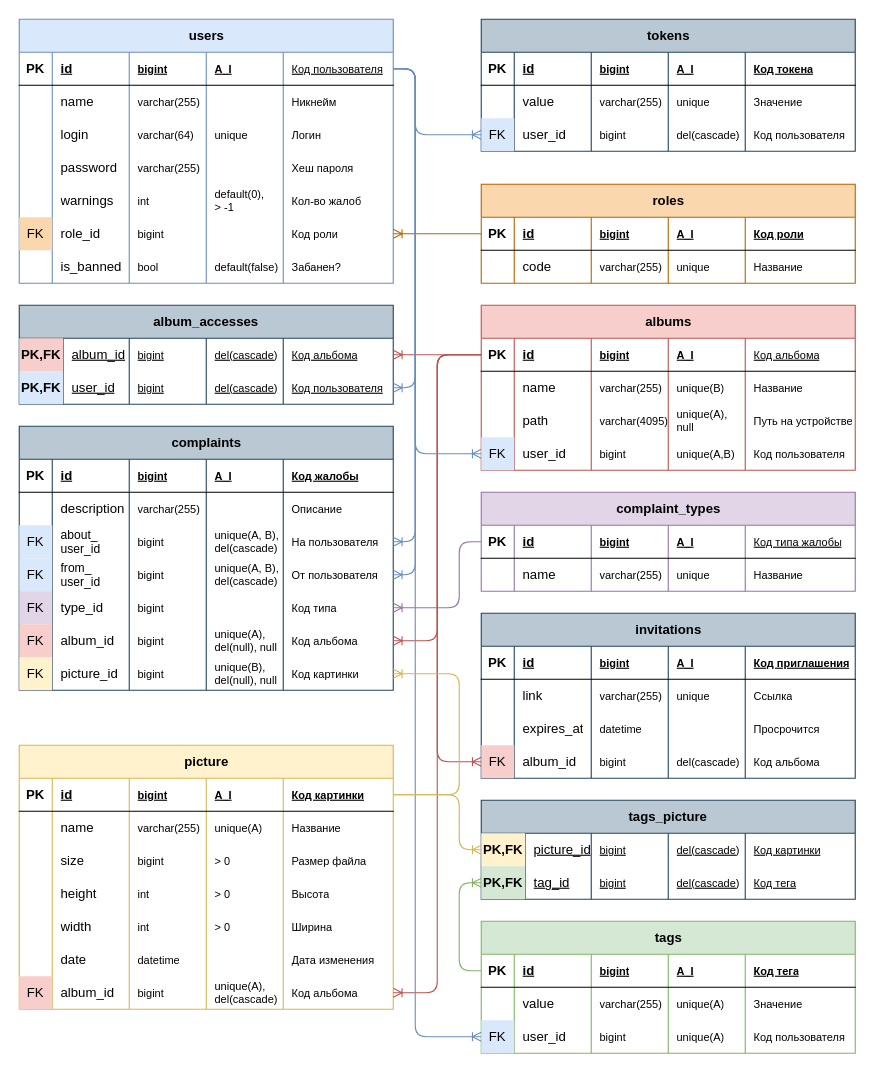
The draw.io diagram page "Физич" (3 of 4) of docs/Модели БД.drawio in savayaqu/course-project-4, before the edit. Source tidied: cells renumbered, new cells numbered last; positions are measured from the earlier drawing's top-left corner, leaving out a move shared by most shapes. Both pictures are drawn from the tidied source at 110%, with x=0, y=0 at pixel (19, 19).
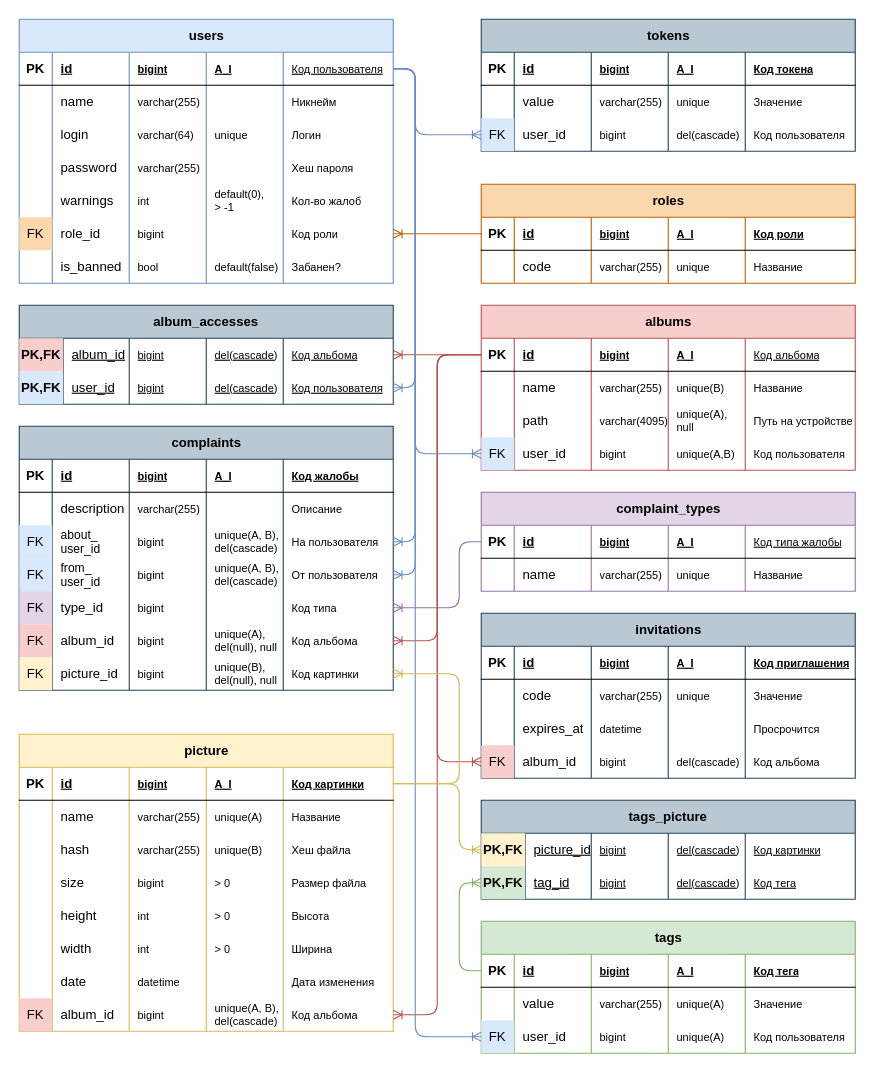
Above is the later version.

The change refers to these unchanged cells:
```xml
<mxCell id="97" style="shape=tableRow;horizontal=0;startSize=0;swimlaneHead=0;swimlaneBody=0;fillColor=none;points=[[0,0.5],[1,0.5]];portConstraint=eastwest;top=0;left=0;right=0;bottom=0;html=1;fontFamily=Helvetica;fontSize=12;fontColor=default;labelBackgroundColor=none;" parent="96" vertex="1">
  <mxGeometry y="30" width="340" height="30" as="geometry" />
</mxCell>
<mxCell id="110" style="shape=tableRow;horizontal=0;startSize=0;swimlaneHead=0;swimlaneBody=0;fillColor=none;points=[[0,0.5],[1,0.5]];portConstraint=eastwest;top=0;left=0;right=0;bottom=1;labelBackgroundColor=none;" parent="109" vertex="1">
  <mxGeometry y="30" width="340" height="30" as="geometry" />
</mxCell>
<mxCell id="135" style="shape=tableRow;horizontal=0;startSize=0;swimlaneHead=0;swimlaneBody=0;fillColor=none;points=[[0,0.5],[1,0.5]];portConstraint=eastwest;top=0;left=0;right=0;bottom=1;labelBackgroundColor=none;" parent="134" vertex="1">
  <mxGeometry y="30" width="340" height="30" as="geometry" />
</mxCell>
<mxCell id="197" style="shape=tableRow;horizontal=0;startSize=0;swimlaneHead=0;swimlaneBody=0;fillColor=none;top=0;left=0;right=0;bottom=0;labelBackgroundColor=none;" parent="190" vertex="1">
  <mxGeometry y="60" width="340" height="30" as="geometry" />
</mxCell>
<mxCell id="252" style="shape=tableRow;horizontal=0;startSize=0;swimlaneHead=0;swimlaneBody=0;fillColor=none;points=[[0,0.5],[1,0.5]];portConstraint=eastwest;top=0;left=0;right=0;bottom=0;labelBackgroundColor=none;" parent="215" vertex="1">
  <mxGeometry y="210" width="340" height="30" as="geometry" />
</mxCell>
```

The edit, as a diff of the source:
```diff
@@
     <mxCell id="134" value="picture" style="shape=table;startSize=30;childLayout=tableLayout;rowLines=0;fontStyle=1;align=center;html=1;fillColor=#fff2cc;strokeColor=#d6b656;labelBackgroundColor=none;" parent="1" vertex="1">
-      <mxGeometry y="660" width="340" height="240" as="geometry" />
+      <mxGeometry y="650" width="340" height="270" as="geometry" />
     </mxCell>
@@
+    <mxCell id="287" style="shape=tableRow;horizontal=0;startSize=0;swimlaneHead=0;swimlaneBody=0;fillColor=none;top=0;left=0;right=0;bottom=0;labelBackgroundColor=none;" parent="134" vertex="1">
+      <mxGeometry y="90" width="340" height="30" as="geometry" />
+    </mxCell>
+    <mxCell id="288" style="shape=partialRectangle;fillColor=none;top=0;left=0;bottom=0;right=0;overflow=hidden;whiteSpace=wrap;html=1;labelBackgroundColor=none;" parent="287" vertex="1">
+      <mxGeometry width="30" height="30" as="geometry" />
+    </mxCell>
+    <mxCell id="289" value="hash" style="shape=partialRectangle;fillColor=none;top=0;left=0;bottom=0;right=0;align=left;spacingLeft=6;overflow=hidden;whiteSpace=wrap;html=1;labelBackgroundColor=none;" parent="287" vertex="1">
+      <mxGeometry x="30" width="70" height="30" as="geometry" />
+    </mxCell>
+    <mxCell id="290" value="varchar(255)" style="shape=partialRectangle;fillColor=none;top=0;left=0;bottom=0;right=0;align=left;spacingLeft=6;overflow=hidden;whiteSpace=wrap;html=1;labelBackgroundColor=none;fontSize=10;" parent="287" vertex="1">
+      <mxGeometry x="100" width="70" height="30" as="geometry" />
+    </mxCell>
+    <mxCell id="291" value="unique(B)" style="shape=partialRectangle;fillColor=none;top=0;left=0;bottom=0;right=0;align=left;spacingLeft=6;overflow=hidden;whiteSpace=wrap;html=1;labelBackgroundColor=none;fontSize=10;" parent="287" vertex="1">
+      <mxGeometry x="170" width="70" height="30" as="geometry" />
+    </mxCell>
+    <mxCell id="292" value="Хеш файла" style="shape=partialRectangle;fillColor=none;top=0;left=0;bottom=0;right=0;align=left;spacingLeft=6;overflow=hidden;whiteSpace=wrap;html=1;labelBackgroundColor=none;fontSize=10;" parent="287" vertex="1">
+      <mxGeometry x="240" width="100" height="30" as="geometry" />
+    </mxCell>
     <mxCell id="147" style="shape=tableRow;horizontal=0;startSize=0;swimlaneHead=0;swimlaneBody=0;fillColor=none;top=0;left=0;right=0;bottom=0;labelBackgroundColor=none;" parent="134" vertex="1">
-      <mxGeometry y="90" width="340" height="30" as="geometry" />
+      <mxGeometry y="120" width="340" height="30" as="geometry" />
     </mxCell>
@@
     <mxCell id="153" style="shape=tableRow;horizontal=0;startSize=0;swimlaneHead=0;swimlaneBody=0;fillColor=none;top=0;left=0;right=0;bottom=0;labelBackgroundColor=none;" parent="134" vertex="1">
-      <mxGeometry y="120" width="340" height="30" as="geometry" />
+      <mxGeometry y="150" width="340" height="30" as="geometry" />
     </mxCell>
@@
     <mxCell id="159" style="shape=tableRow;horizontal=0;startSize=0;swimlaneHead=0;swimlaneBody=0;fillColor=none;top=0;left=0;right=0;bottom=0;labelBackgroundColor=none;" parent="134" vertex="1">
-      <mxGeometry y="150" width="340" height="30" as="geometry" />
+      <mxGeometry y="180" width="340" height="30" as="geometry" />
     </mxCell>
@@
     <mxCell id="165" style="shape=tableRow;horizontal=0;startSize=0;swimlaneHead=0;swimlaneBody=0;fillColor=none;top=0;left=0;right=0;bottom=0;labelBackgroundColor=none;" parent="134" vertex="1">
-      <mxGeometry y="180" width="340" height="30" as="geometry" />
+      <mxGeometry y="210" width="340" height="30" as="geometry" />
     </mxCell>
@@
     <mxCell id="171" style="shape=tableRow;horizontal=0;startSize=0;swimlaneHead=0;swimlaneBody=0;fillColor=none;points=[[0,0.5],[1,0.5]];portConstraint=eastwest;top=0;left=0;right=0;bottom=0;labelBackgroundColor=none;" parent="134" vertex="1">
-      <mxGeometry y="210" width="340" height="30" as="geometry" />
+      <mxGeometry y="240" width="340" height="30" as="geometry" />
     </mxCell>
@@
-    <mxCell id="175" value="unique(A), del(cascade)" style="shape=partialRectangle;fillColor=none;top=0;left=0;bottom=0;right=0;align=left;spacingLeft=6;overflow=hidden;whiteSpace=wrap;html=1;labelBackgroundColor=none;fontSize=10;" parent="171" vertex="1">
+    <mxCell id="175" value="unique(A, B), del(cascade)" style="shape=partialRectangle;fillColor=none;top=0;left=0;bottom=0;right=0;align=left;spacingLeft=6;overflow=hidden;whiteSpace=wrap;html=1;labelBackgroundColor=none;fontSize=10;" parent="171" vertex="1">
       <mxGeometry x="170" width="70" height="30" as="geometry" />
     </mxCell>
@@
-    <mxCell id="199" value="link" style="shape=partialRectangle;fillColor=none;top=0;left=0;bottom=0;right=0;align=left;spacingLeft=6;overflow=hidden;whiteSpace=wrap;html=1;labelBackgroundColor=none;" parent="197" vertex="1">
+    <mxCell id="199" value="code" style="shape=partialRectangle;fillColor=none;top=0;left=0;bottom=0;right=0;align=left;spacingLeft=6;overflow=hidden;whiteSpace=wrap;html=1;labelBackgroundColor=none;" parent="197" vertex="1">
       <mxGeometry x="30" width="70" height="30" as="geometry" />
     </mxCell>
@@
-    <mxCell id="202" value="Ссылка" style="shape=partialRectangle;fillColor=none;top=0;left=0;bottom=0;right=0;align=left;spacingLeft=6;overflow=hidden;whiteSpace=wrap;html=1;labelBackgroundColor=none;fontSize=10;" parent="197" vertex="1">
+    <mxCell id="202" value="Значение" style="shape=partialRectangle;fillColor=none;top=0;left=0;bottom=0;right=0;align=left;spacingLeft=6;overflow=hidden;whiteSpace=wrap;html=1;labelBackgroundColor=none;fontSize=10;" parent="197" vertex="1">
       <mxGeometry x="240" width="100" height="30" as="geometry" />
     </mxCell>
@@
     <mxCell id="278" style="edgeStyle=orthogonalEdgeStyle;shape=connector;curved=0;rounded=1;jettySize=auto;html=1;strokeColor=#b85450;align=center;verticalAlign=middle;fontFamily=Helvetica;fontSize=11;fontColor=default;labelBackgroundColor=default;endArrow=ERoneToMany;endFill=0;fillColor=#f8cecc;" parent="1" edge="1" source="110" target="171">
       <mxGeometry relative="1" as="geometry">
         <Array as="points">
           <mxPoint x="380" y="305" />
-          <mxPoint x="380" y="885" />
+          <mxPoint x="380" y="905" />
         </Array>
       </mxGeometry>
     </mxCell>
@@
     <mxCell id="282" style="edgeStyle=orthogonalEdgeStyle;shape=connector;curved=0;rounded=1;jettySize=auto;html=1;strokeColor=#d6b656;align=center;verticalAlign=middle;fontFamily=Helvetica;fontSize=11;fontColor=default;labelBackgroundColor=default;endArrow=ERoneToMany;endFill=0;fillColor=#fff2cc;" parent="1" edge="1" source="135" target="97">
       <mxGeometry relative="1" as="geometry">
         <Array as="points">
-          <mxPoint x="400" y="705" />
+          <mxPoint x="400" y="695" />
           <mxPoint x="400" y="755" />
         </Array>
       </mxGeometry>
     </mxCell>
@@
     <mxCell id="284" style="edgeStyle=orthogonalEdgeStyle;shape=connector;curved=0;rounded=1;jettySize=auto;html=1;strokeColor=#d6b656;align=center;verticalAlign=middle;fontFamily=Helvetica;fontSize=11;fontColor=default;labelBackgroundColor=default;endArrow=ERoneToMany;endFill=0;fillColor=#fff2cc;" parent="1" edge="1" source="135" target="252">
       <mxGeometry relative="1" as="geometry">
         <Array as="points">
-          <mxPoint x="400" y="705" />
+          <mxPoint x="400" y="695" />
           <mxPoint x="400" y="595" />
         </Array>
       </mxGeometry>
     </mxCell>
```
